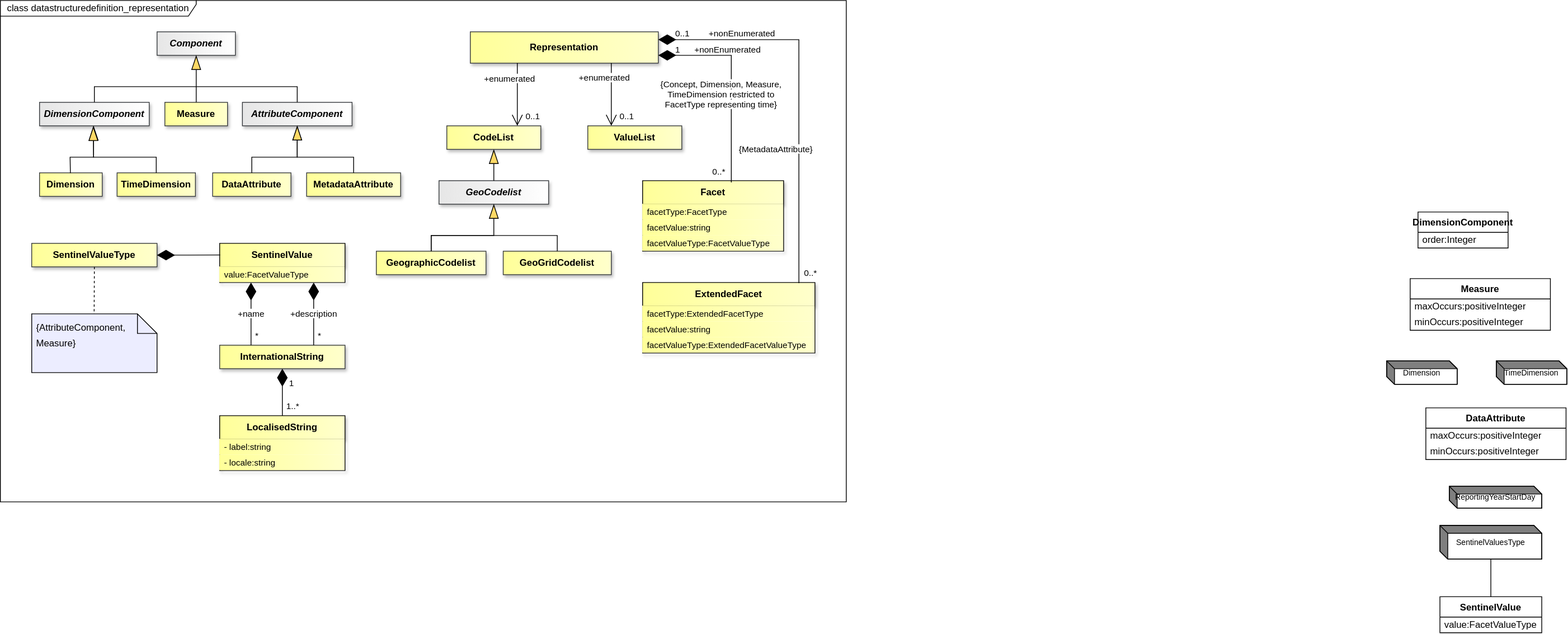
Earlier version of the draw.io export docs/information_model/media/sdmx_datastructure-datastructuredefinition_representation.svg (sdmx-twg/sdmx-im). Source tidied: cells renumbered, new cells last; positions are measured from the earlier drawing's top-left corner, leaving out a move shared by most shapes.
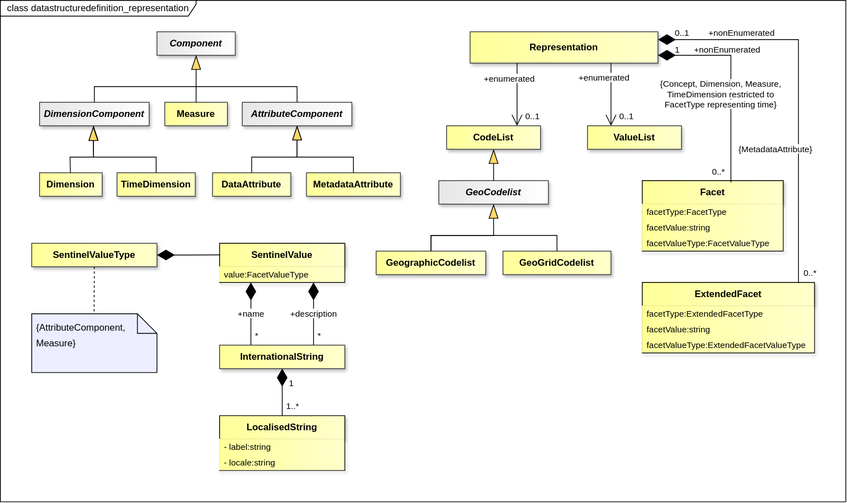
The same diagram one commit later.

What changed in the source:
```diff
@@ -2,84 +2,18 @@
   <root>
     <mxCell id="0" />
     <mxCell id="1" parent="0" />
-    <mxCell id="2" value="SentinelValue" style="swimlane;fontStyle=1;align=center;verticalAlign=top;horizontal=1;startSize=26;whiteSpace=wrap;html=1;" parent="1" vertex="1">
-      <mxGeometry x="1838" y="761" width="130" height="46" as="geometry" />
-    </mxCell>
-    <mxCell id="3" value="value:FacetValueType" style="text;strokeColor=none;fillColor=none;align=left;verticalAlign=middle;spacingLeft=4;spacingRight=4;overflow=hidden;whiteSpace=wrap;html=1;" parent="2" vertex="1">
-      <mxGeometry y="26" width="130" height="20" as="geometry" />
-    </mxCell>
-    <mxCell id="4" value="Dimension" style="shape=mxgraph.dfd.externalEntity;fontSize=10;" parent="1" vertex="1">
-      <mxGeometry x="1770" y="460" width="90" height="30" as="geometry" />
-    </mxCell>
-    <mxCell id="5" value="DataAttribute" style="swimlane;fontStyle=1;align=center;verticalAlign=top;horizontal=1;startSize=26;whiteSpace=wrap;html=1;" parent="1" vertex="1">
-      <mxGeometry x="1820" y="520" width="179" height="66" as="geometry" />
-    </mxCell>
-    <mxCell id="6" value="maxOccurs:positiveInteger" style="text;strokeColor=none;fillColor=none;align=left;verticalAlign=middle;spacingLeft=4;spacingRight=4;overflow=hidden;whiteSpace=wrap;html=1;" parent="5" vertex="1">
-      <mxGeometry y="26" width="179" height="20" as="geometry" />
-    </mxCell>
-    <mxCell id="7" value="minOccurs:positiveInteger" style="text;strokeColor=none;fillColor=none;align=left;verticalAlign=middle;spacingLeft=4;spacingRight=4;overflow=hidden;whiteSpace=wrap;html=1;" parent="5" vertex="1">
-      <mxGeometry y="46" width="179" height="20" as="geometry" />
-    </mxCell>
-    <mxCell id="8" value="Measure" style="swimlane;fontStyle=1;align=center;verticalAlign=top;horizontal=1;startSize=26;whiteSpace=wrap;html=1;" parent="1" vertex="1">
-      <mxGeometry x="1800" y="355" width="179" height="66" as="geometry" />
-    </mxCell>
-    <mxCell id="9" value="maxOccurs:positiveInteger" style="text;strokeColor=none;fillColor=none;align=left;verticalAlign=middle;spacingLeft=4;spacingRight=4;overflow=hidden;whiteSpace=wrap;html=1;" parent="8" vertex="1">
-      <mxGeometry y="26" width="179" height="20" as="geometry" />
-    </mxCell>
-    <mxCell id="10" value="minOccurs:positiveInteger" style="text;strokeColor=none;fillColor=none;align=left;verticalAlign=middle;spacingLeft=4;spacingRight=4;overflow=hidden;whiteSpace=wrap;html=1;" parent="8" vertex="1">
-      <mxGeometry y="46" width="179" height="20" as="geometry" />
-    </mxCell>
-    <mxCell id="11" value="SentinelValuesType" style="shape=mxgraph.dfd.externalEntity;fontSize=10;" parent="1" vertex="1">
-      <mxGeometry x="1838" y="670" width="130" height="43" as="geometry" />
-    </mxCell>
-    <mxCell id="12" value="TimeDimension" style="shape=mxgraph.dfd.externalEntity;fontSize=10;" parent="1" vertex="1">
-      <mxGeometry x="1910" y="460" width="90" height="30" as="geometry" />
-    </mxCell>
-    <mxCell id="13" value="DimensionComponent" style="swimlane;fontStyle=1;align=center;verticalAlign=top;horizontal=1;startSize=26;whiteSpace=wrap;html=1;" parent="1" vertex="1">
-      <mxGeometry x="1810" y="270" width="115" height="46" as="geometry" />
-    </mxCell>
-    <mxCell id="14" value="order:Integer" style="text;strokeColor=none;fillColor=none;align=left;verticalAlign=middle;spacingLeft=4;spacingRight=4;overflow=hidden;whiteSpace=wrap;html=1;" parent="13" vertex="1">
-      <mxGeometry y="26" width="115" height="20" as="geometry" />
-    </mxCell>
-    <mxCell id="15" value="ReportingYearStartDay" style="shape=mxgraph.dfd.externalEntity;fontSize=10;" parent="1" vertex="1">
-      <mxGeometry x="1850" y="620" width="118" height="28" as="geometry" />
-    </mxCell>
     <mxCell id="16" value="/grouping" style="endArrow=none;" parent="1" edge="1">
       <mxGeometry relative="1" as="geometry" />
     </mxCell>
     <mxCell id="17" value="/metadata" style="endArrow=none;" parent="1" edge="1">
       <mxGeometry relative="1" as="geometry" />
     </mxCell>
-    <mxCell id="18" value="/components" style="endArrow=none;" parent="1" edge="1" source="5">
-      <mxGeometry relative="1" as="geometry" />
-    </mxCell>
     <mxCell id="19" value="/grouping" style="endArrow=none;" parent="1" edge="1">
       <mxGeometry relative="1" as="geometry" />
     </mxCell>
-    <mxCell id="20" style="endArrow=none;" parent="1" edge="1" source="2" target="11">
-      <mxGeometry relative="1" as="geometry" />
-    </mxCell>
-    <mxCell id="21" style="endArrow=none;" parent="1" edge="1" target="2">
-      <mxGeometry relative="1" as="geometry" />
-    </mxCell>
-    <mxCell id="22" style="endArrow=none;" parent="1" edge="1" target="2">
-      <mxGeometry relative="1" as="geometry" />
-    </mxCell>
     <mxCell id="23" style="endArrow=none;" parent="1" edge="1">
       <mxGeometry relative="1" as="geometry" />
     </mxCell>
-    <mxCell id="24" style="endArrow=none;" parent="1" edge="1" target="5">
-      <mxGeometry relative="1" as="geometry" />
-    </mxCell>
-    <mxCell id="25" style="endArrow=none;" parent="1" edge="1" target="5">
-      <mxGeometry relative="1" as="geometry" />
-    </mxCell>
-    <mxCell id="26" style="endArrow=none;" parent="1" edge="1" source="5">
-      <mxGeometry relative="1" as="geometry" />
-    </mxCell>
-    <mxCell id="27" value="/conceptIdentity" style="endArrow=none;" parent="1" edge="1" source="5">
-      <mxGeometry relative="1" as="geometry" />
-    </mxCell>
     <mxCell id="28" value="/structure" style="endArrow=none;" parent="1" edge="1">
       <mxGeometry relative="1" as="geometry" />
     </mxCell>
@@ -89,21 +23,6 @@
     <mxCell id="30" style="endArrow=none;" parent="1" edge="1">
       <mxGeometry relative="1" as="geometry" />
     </mxCell>
-    <mxCell id="31" value="/components" style="endArrow=none;" parent="1" edge="1" source="8">
-      <mxGeometry relative="1" as="geometry" />
-    </mxCell>
-    <mxCell id="32" style="endArrow=none;" parent="1" edge="1" source="8">
-      <mxGeometry relative="1" as="geometry" />
-    </mxCell>
-    <mxCell id="33" style="endArrow=none;" parent="1" edge="1" source="8">
-      <mxGeometry relative="1" as="geometry" />
-    </mxCell>
-    <mxCell id="34" value="/conceptIdentity" style="endArrow=none;" parent="1" edge="1" source="8">
-      <mxGeometry relative="1" as="geometry" />
-    </mxCell>
-    <mxCell id="35" value="/components" style="endArrow=none;" parent="1" edge="1" source="13">
-      <mxGeometry relative="1" as="geometry" />
-    </mxCell>
     <mxCell id="36" value="/grouping" style="endArrow=none;" parent="1" edge="1">
       <mxGeometry relative="1" as="geometry" />
     </mxCell>
@@ -128,27 +47,15 @@
     <mxCell id="43" style="endArrow=none;" parent="1" edge="1">
       <mxGeometry relative="1" as="geometry" />
     </mxCell>
-    <mxCell id="44" value="/components" style="endArrow=none;" parent="1" edge="1" source="13">
-      <mxGeometry relative="1" as="geometry" />
-    </mxCell>
     <mxCell id="45" style="endArrow=none;" parent="1" edge="1">
       <mxGeometry relative="1" as="geometry" />
     </mxCell>
     <mxCell id="46" style="endArrow=none;" parent="1" edge="1">
       <mxGeometry relative="1" as="geometry" />
     </mxCell>
-    <mxCell id="47" style="endArrow=none;" parent="1" edge="1" source="13">
-      <mxGeometry relative="1" as="geometry" />
-    </mxCell>
     <mxCell id="48" style="endArrow=none;" parent="1" edge="1">
       <mxGeometry relative="1" as="geometry" />
     </mxCell>
-    <mxCell id="49" value="/conceptIdentity" style="endArrow=none;" parent="1" edge="1" source="13">
-      <mxGeometry relative="1" as="geometry" />
-    </mxCell>
-    <mxCell id="50" style="endArrow=none;" parent="1" edge="1" source="13">
-      <mxGeometry relative="1" as="geometry" />
-    </mxCell>
     <mxCell id="51" value="class datastructuredefinition_representation" style="shape=umlFrame;whiteSpace=wrap;html=1;fillColor=light-dark(#FFFFFF,#121212);swimlaneFillColor=light-dark(#FFFFFF,#121212);width=250;height=20;" parent="1" vertex="1">
       <mxGeometry width="1080" height="640" as="geometry" />
     </mxCell>
```
